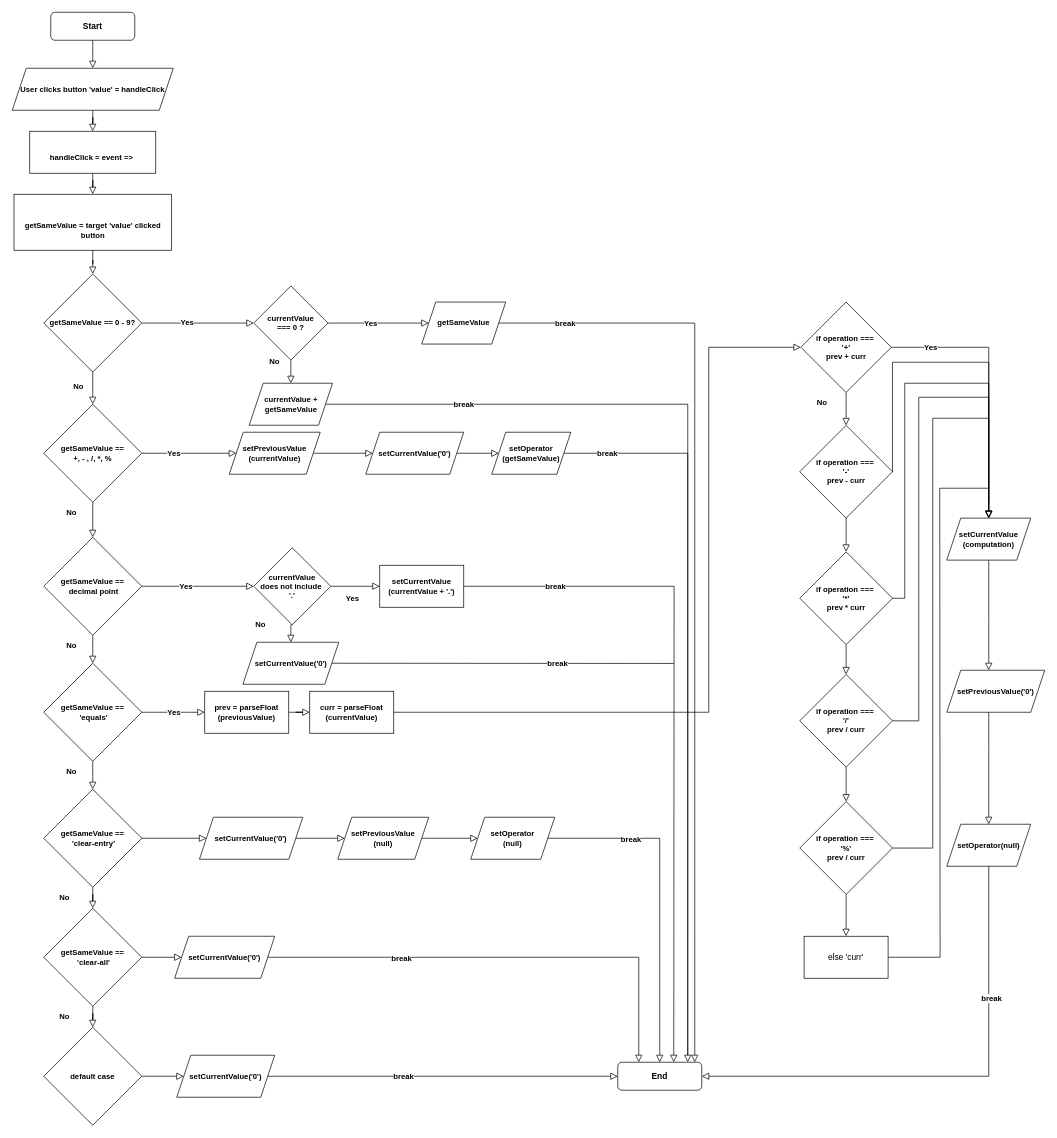
Before: react-calc-logic.drawio in d31a/react-calculator, a draw.io diagram. Source tidied: cells renumbered, new cells numbered last; positions are measured from the earlier drawing's top-left corner, leaving out a move shared by most shapes. Both pictures are drawn from the tidied source at 70%, with x=0, y=0 at pixel (12, 12).
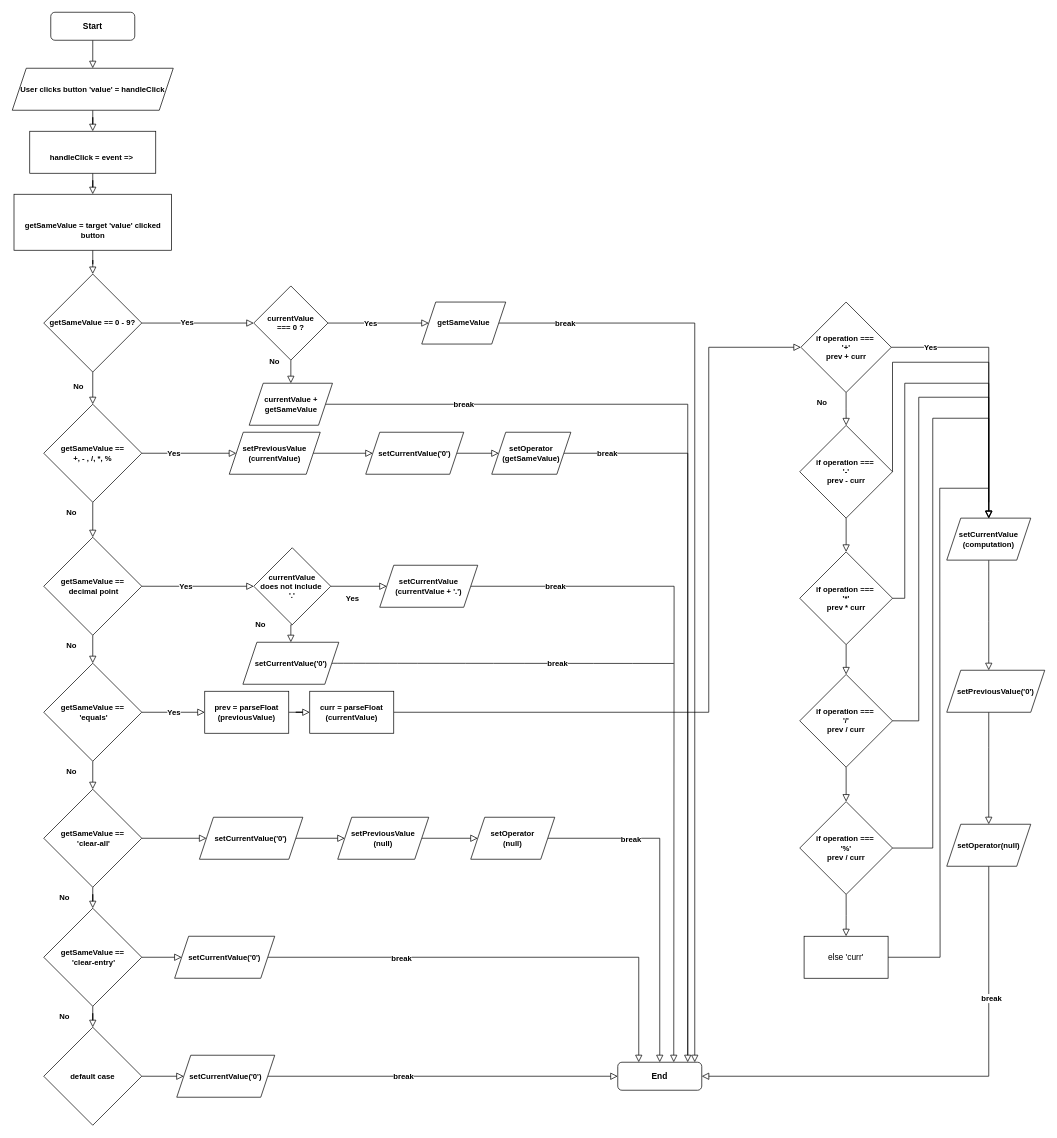
The same diagram, later.

The edit, as a diff of the source:
```diff
@@
-    <mxCell id="26" value="getSameValue ==&lt;br&gt;&amp;nbsp;'clear-all'" style="rhombus;whiteSpace=wrap;html=1;fontFamily=Helvetica;fontSize=11;fontColor=default;fontStyle=1;" parent="1" vertex="1">
+    <mxCell id="26" value="getSameValue ==&lt;br&gt;&amp;nbsp;'clear-entry'" style="rhombus;whiteSpace=wrap;html=1;fontFamily=Helvetica;fontSize=11;fontColor=default;fontStyle=1;" parent="1" vertex="1">
       <mxGeometry x="45" y="1280" width="140" height="140" as="geometry" />
     </mxCell>
@@
-    <mxCell id="29" value="getSameValue ==&lt;br&gt;&amp;nbsp;'clear-entry'" style="rhombus;whiteSpace=wrap;html=1;fontFamily=Helvetica;fontSize=11;fontColor=default;fontStyle=1;" parent="1" vertex="1">
+    <mxCell id="29" value="getSameValue ==&lt;br&gt;&amp;nbsp;'clear-all'" style="rhombus;whiteSpace=wrap;html=1;fontFamily=Helvetica;fontSize=11;fontColor=default;fontStyle=1;" parent="1" vertex="1">
       <mxGeometry x="45" y="1110" width="140" height="140" as="geometry" />
     </mxCell>
@@
-    <mxCell id="65" value="setCurrentValue&lt;br&gt;(currentValue + '.')" style="rounded=0;whiteSpace=wrap;html=1;fontFamily=Helvetica;fontSize=11;fontColor=default;fontStyle=1;" parent="1" vertex="1">
-      <mxGeometry x="525" y="790" width="120" height="60" as="geometry" />
+    <mxCell id="65" value="setCurrentValue&lt;br&gt;(currentValue + '.')" style="shape=parallelogram;perimeter=parallelogramPerimeter;whiteSpace=wrap;html=1;fixedSize=1;fontFamily=Helvetica;fontSize=11;fontColor=default;align=center;strokeColor=default;fillColor=default;fontStyle=1;" parent="1" vertex="1">
+      <mxGeometry x="525" y="790" width="140" height="60" as="geometry" />
     </mxCell>
```
